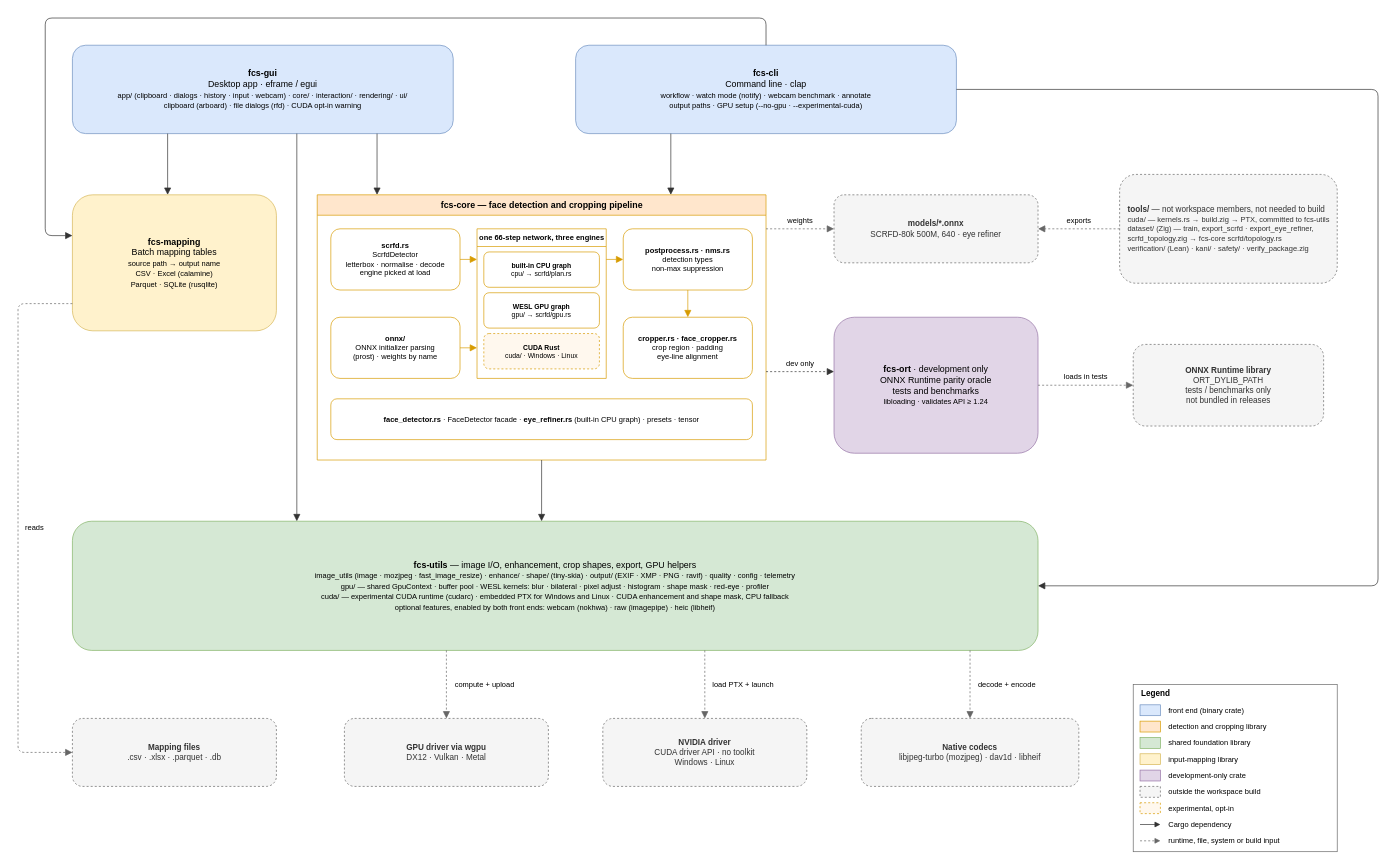
This is docs/diagrams/workspace-architecture.drawio from gregorycarnegie/face-crop-studio, a draw.io file, before an edit. Source tidied: cells renumbered, new cells numbered last; positions are measured from the earlier drawing's top-left corner, leaving out a move shared by most shapes. Both pictures are drawn from the tidied source at 68%, with x=0, y=0 at pixel (18, 18).
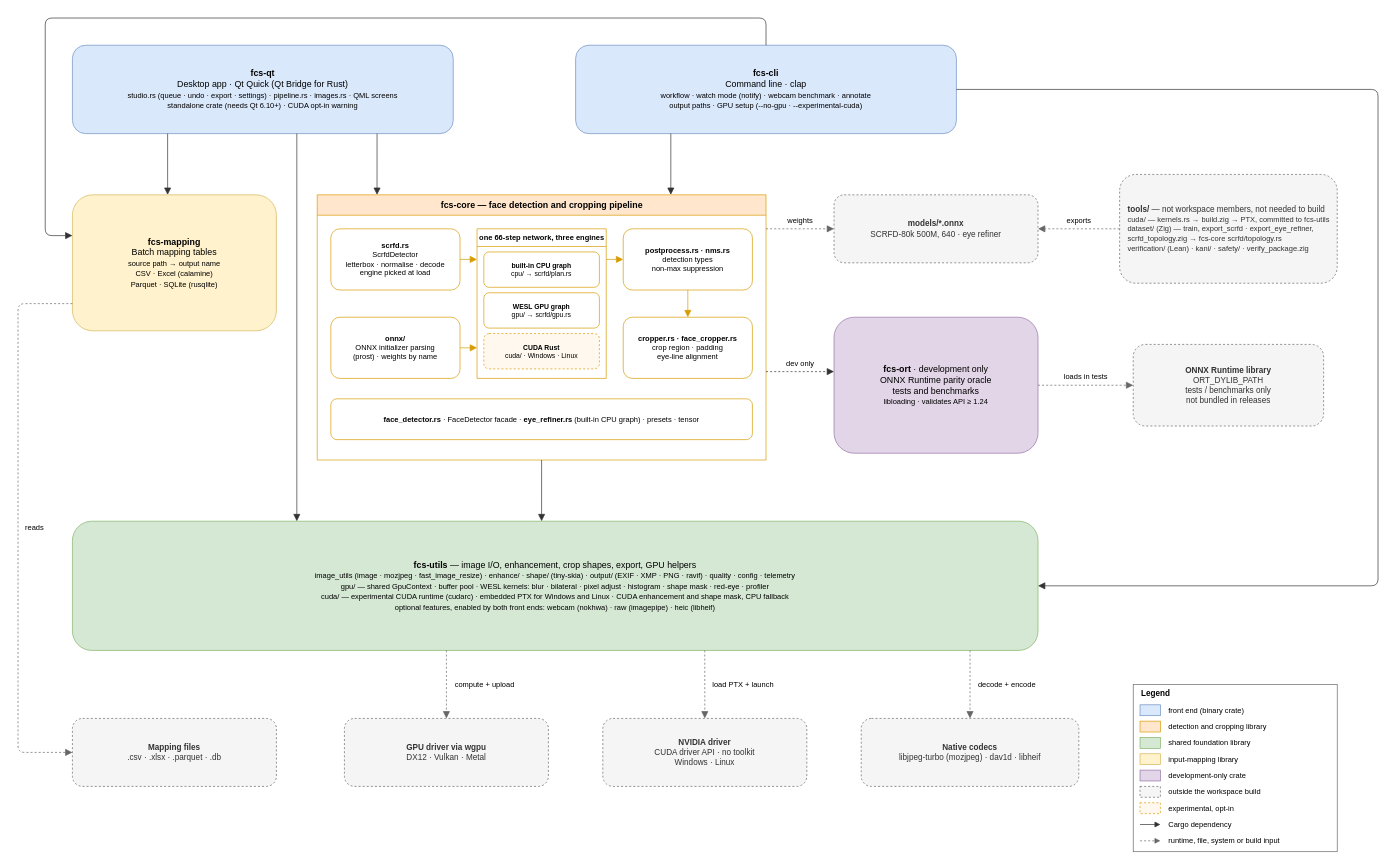
After the change.

Diff of the diagram source:
```diff
@@
-    <mxCell id="2" value="&lt;b&gt;fcs-gui&lt;/b&gt;&lt;br&gt;Desktop app · eframe / egui&lt;br&gt;&lt;font style=&quot;font-size:11px&quot;&gt;app/ (clipboard · dialogs · history · input · webcam) · core/ · interaction/ · rendering/ · ui/&lt;br&gt;clipboard (arboard) · file dialogs (rfd) · CUDA opt-in warning&lt;/font&gt;" style="rounded=1;whiteSpace=wrap;html=1;convertToSvg=1;fillColor=#dae8fc;strokeColor=#6c8ebf;fontSize=13;" parent="1" vertex="1">
+    <mxCell id="2" value="&lt;b&gt;fcs-qt&lt;/b&gt;&lt;br&gt;Desktop app · Qt Quick (Qt Bridge for Rust)&lt;br&gt;&lt;font style=&quot;font-size:11px&quot;&gt;studio.rs (queue · undo · export · settings) · pipeline.rs · images.rs · QML screens&lt;br&gt;standalone crate (needs Qt 6.10+) · CUDA opt-in warning&lt;/font&gt;" style="rounded=1;whiteSpace=wrap;html=1;convertToSvg=1;fillColor=#dae8fc;strokeColor=#6c8ebf;fontSize=13;" parent="1" vertex="1">
       <mxGeometry x="80" y="40" width="560" height="130" as="geometry" />
     </mxCell>
```
